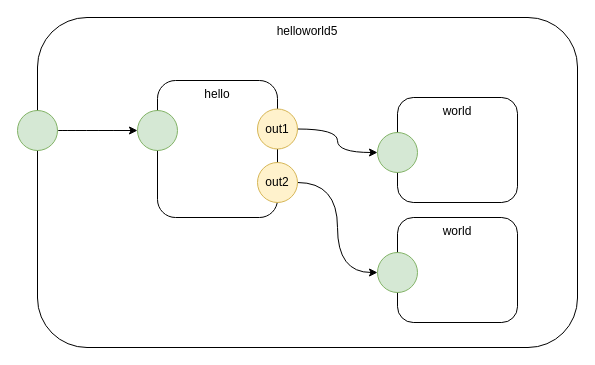
The draw.io diagram page "helloworld5" (5 of 6) of helloworld.drawio in guitarvydas/asc2, before the edit. Source tidied: cells renumbered, new cells numbered last; positions are measured from the earlier drawing's top-left corner, leaving out a move shared by most shapes. Both pictures are drawn from the tidied source at 100%, with x=0, y=0 at pixel (17, 17).
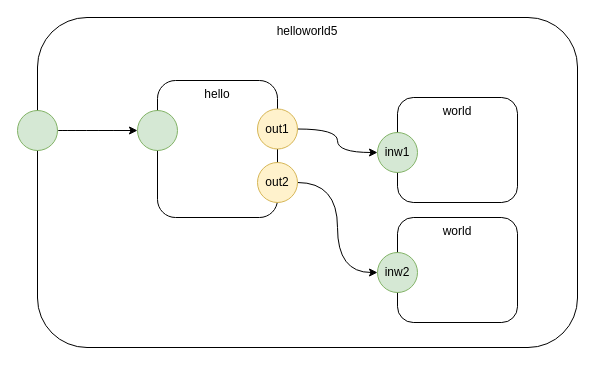
The same diagram, later.

Change to the diagram source:
```diff
@@
 <mxGraphModel>
   <root>
     <mxCell id="0" />
     <mxCell id="1" parent="0" />
     <mxCell id="2" value="helloworld5" style="rounded=1;whiteSpace=wrap;html=1;verticalAlign=top;" parent="1" vertex="1">
       <mxGeometry x="20" width="540" height="330" as="geometry" />
     </mxCell>
     <mxCell id="3" value="hello" style="rounded=1;whiteSpace=wrap;html=1;verticalAlign=top;" parent="1" vertex="1">
       <mxGeometry x="140" y="63" width="120" height="137" as="geometry" />
     </mxCell>
     <mxCell id="4" style="edgeStyle=orthogonalEdgeStyle;curved=1;jettySize=auto;html=1;exitX=1;exitY=0.5;exitDx=0;exitDy=0;entryX=0;entryY=0.5;entryDx=0;entryDy=0;" parent="1" edge="1" source="5" target="7">
       <mxGeometry relative="1" as="geometry" />
     </mxCell>
     <mxCell id="5" value="out1" style="ellipse;whiteSpace=wrap;html=1;fillColor=#fff2cc;strokeColor=#d6b656;" parent="1" vertex="1">
       <mxGeometry x="240" y="91.5" width="40" height="40" as="geometry" />
     </mxCell>
     <mxCell id="6" value="world" style="rounded=1;whiteSpace=wrap;html=1;verticalAlign=top;" parent="1" vertex="1">
       <mxGeometry x="380" y="80" width="120" height="105" as="geometry" />
     </mxCell>
-    <mxCell id="7" style="ellipse;whiteSpace=wrap;html=1;fillColor=#d5e8d4;strokeColor=#82b366;" parent="1" vertex="1">
+    <mxCell id="7" value="inw1" style="ellipse;whiteSpace=wrap;html=1;fillColor=#d5e8d4;strokeColor=#82b366;" parent="1" vertex="1">
       <mxGeometry x="360" y="115" width="40" height="40" as="geometry" />
     </mxCell>
     <mxCell id="8" style="edgeStyle=orthogonalEdgeStyle;curved=1;orthogonalLoop=1;jettySize=auto;html=1;exitX=0.5;exitY=1;exitDx=0;exitDy=0;" parent="1" edge="1" source="6" target="6">
       <mxGeometry relative="1" as="geometry" />
     </mxCell>
     <mxCell id="9" style="ellipse;whiteSpace=wrap;html=1;fillColor=#d5e8d4;strokeColor=#82b366;" parent="1" vertex="1">
       <mxGeometry x="120" y="93" width="40" height="40" as="geometry" />
     </mxCell>
     <mxCell id="10" style="edgeStyle=orthogonalEdgeStyle;curved=1;jettySize=auto;html=1;exitX=1;exitY=0.5;exitDx=0;exitDy=0;entryX=0;entryY=0.5;entryDx=0;entryDy=0;" parent="1" edge="1" source="11" target="9">
       <mxGeometry relative="1" as="geometry" />
     </mxCell>
     <mxCell id="11" style="ellipse;whiteSpace=wrap;html=1;fillColor=#d5e8d4;strokeColor=#82b366;" parent="1" vertex="1">
       <mxGeometry y="93" width="40" height="40" as="geometry" />
     </mxCell>
     <mxCell id="12" style="edgeStyle=orthogonalEdgeStyle;jettySize=auto;html=1;exitX=1;exitY=0.5;exitDx=0;exitDy=0;entryX=0;entryY=0.5;entryDx=0;entryDy=0;curved=1;" parent="1" edge="1" source="13" target="15">
       <mxGeometry relative="1" as="geometry" />
     </mxCell>
     <mxCell id="13" value="out2" style="ellipse;whiteSpace=wrap;html=1;fillColor=#fff2cc;strokeColor=#d6b656;" parent="1" vertex="1">
       <mxGeometry x="240" y="145" width="40" height="40" as="geometry" />
     </mxCell>
     <mxCell id="14" value="world" style="rounded=1;whiteSpace=wrap;html=1;verticalAlign=top;" parent="1" vertex="1">
       <mxGeometry x="380" y="200" width="120" height="105" as="geometry" />
     </mxCell>
-    <mxCell id="15" style="ellipse;whiteSpace=wrap;html=1;fillColor=#d5e8d4;strokeColor=#82b366;" parent="1" vertex="1">
+    <mxCell id="15" value="inw2" style="ellipse;whiteSpace=wrap;html=1;fillColor=#d5e8d4;strokeColor=#82b366;" parent="1" vertex="1">
       <mxGeometry x="360" y="235" width="40" height="40" as="geometry" />
     </mxCell>
     <mxCell id="16" style="edgeStyle=orthogonalEdgeStyle;curved=1;orthogonalLoop=1;jettySize=auto;html=1;exitX=0.5;exitY=1;exitDx=0;exitDy=0;" parent="1" edge="1" source="14" target="14">
       <mxGeometry relative="1" as="geometry" />
     </mxCell>
   </root>
 </mxGraphModel>
```
